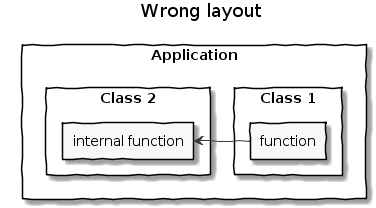
Earlier version of the PlantUML export Layout-Techniques/wrong_way_around.png (mattjhayes/PlantUML-Examples).
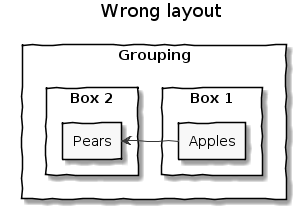
After the change.

Commit message:
Genericised and simplified diagram examples

Diff of the diagram source:
```diff
@@ -4,14 +4,14 @@
 
 title Wrong layout
 
-rectangle "Application" {
-    rectangle "Class 1" {
-        rectangle "function" as fx1
+rectangle "Grouping" {
+    rectangle "Box 1" {
+        rectangle "Apples"
     }
-    rectangle "Class 2" {
-        rectangle "internal function" as fx2
+    rectangle "Box 2" {
+        rectangle "Pears"
     }
 }
 
-fx1 -right-> fx2
+Apples -right-> Pears
 @enduml
```
